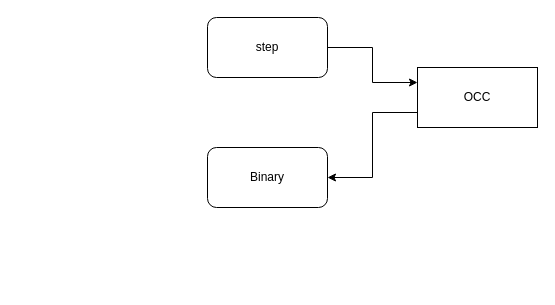
Above: stp2vtk.drawio in Harekaze-Misakiakeno/uml (draw.io), before the change. Source tidied: cells renumbered, new cells numbered last; positions are measured from the earlier drawing's top-left corner, leaving out a move shared by most shapes. Both pictures are drawn from the tidied source at 100%, with x=0, y=0 at pixel (207, 17).
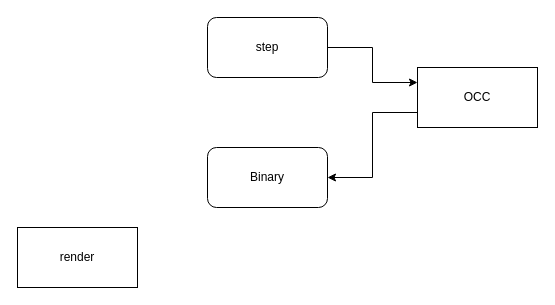
Above is the later version.

Diff of the diagram source:
```diff
@@
 <mxGraphModel>
   <root>
     <mxCell id="0" />
     <mxCell id="1" parent="0" />
     <mxCell id="2" style="edgeStyle=orthogonalEdgeStyle;rounded=0;jettySize=auto;html=1;exitX=1;exitY=0.5;exitDx=0;exitDy=0;entryX=0;entryY=0.25;entryDx=0;entryDy=0;" parent="1" edge="1" source="3" target="5">
       <mxGeometry relative="1" as="geometry" />
     </mxCell>
     <mxCell id="3" value="step" style="rounded=1;whiteSpace=wrap;html=1;" parent="1" vertex="1">
       <mxGeometry width="120" height="60" as="geometry" />
     </mxCell>
     <mxCell id="4" style="edgeStyle=orthogonalEdgeStyle;rounded=0;jettySize=auto;html=1;exitX=0;exitY=0.75;exitDx=0;exitDy=0;entryX=1;entryY=0.5;entryDx=0;entryDy=0;" parent="1" edge="1" source="5" target="6">
       <mxGeometry relative="1" as="geometry" />
     </mxCell>
     <mxCell id="5" value="OCC" style="rounded=0;whiteSpace=wrap;html=1;" parent="1" vertex="1">
       <mxGeometry x="210" y="50" width="120" height="60" as="geometry" />
     </mxCell>
     <mxCell id="6" value="Binary" style="rounded=1;whiteSpace=wrap;html=1;" parent="1" vertex="1">
       <mxGeometry y="130" width="120" height="60" as="geometry" />
     </mxCell>
+    <mxCell id="7" value="render" style="rounded=0;whiteSpace=wrap;html=1;" parent="1" vertex="1">
+      <mxGeometry x="-190" y="210" width="120" height="60" as="geometry" />
+    </mxCell>
   </root>
 </mxGraphModel>
```
